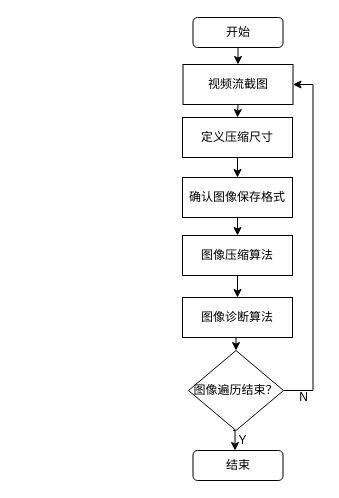
Above: opencv.drawio in suzhaobin/tyc (draw.io), before the change. Source tidied: cells renumbered, new cells numbered last; positions are measured from the earlier drawing's top-left corner, leaving out a move shared by most shapes. Both pictures are drawn from the tidied source at 100%, with x=0, y=0 at pixel (182, 17).
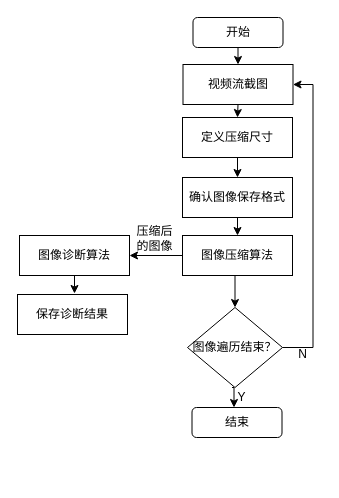
The same page after the edit.

Unchanged cells that the change refers to:
```xml
<mxCell id="17" value="图像压缩算法" style="rounded=0;whiteSpace=wrap;html=1;" parent="1" vertex="1">
  <mxGeometry y="218" width="110" height="40" as="geometry" />
</mxCell>
```

What changed in the source:
```diff
@@
     <mxCell id="4" style="edgeStyle=orthogonalEdgeStyle;rounded=0;orthogonalLoop=1;jettySize=auto;html=1;exitX=0.5;exitY=1;exitDx=0;exitDy=0;entryX=0.5;entryY=0;entryDx=0;entryDy=0;" parent="1" edge="1">
       <mxGeometry relative="1" as="geometry">
-        <mxPoint x="50.5" y="413" as="sourcePoint" />
-        <mxPoint x="52.5" y="433" as="targetPoint" />
+        <mxPoint x="49.5" y="370" as="sourcePoint" />
+        <mxPoint x="51.5" y="390" as="targetPoint" />
       </mxGeometry>
     </mxCell>
@@
     <mxCell id="6" value="图像遍历结束？" style="rhombus;whiteSpace=wrap;html=1;" parent="1" vertex="1">
-      <mxGeometry x="6" y="333" width="95" height="80" as="geometry" />
+      <mxGeometry x="5" y="290" width="95" height="80" as="geometry" />
     </mxCell>
@@
     <mxCell id="13" value="结束" style="rounded=1;whiteSpace=wrap;html=1;" parent="1" vertex="1">
-      <mxGeometry x="10.5" y="433" width="90" height="30" as="geometry" />
+      <mxGeometry x="9.5" y="390" width="90" height="30" as="geometry" />
     </mxCell>
     <mxCell id="14" value="N" style="text;html=1;align=center;verticalAlign=middle;fillColor=none;strokeColor=none;rounded=0;" parent="1" vertex="1">
-      <mxGeometry x="110.5" y="370" width="20" height="20" as="geometry" />
+      <mxGeometry x="109.5" y="327" width="20" height="20" as="geometry" />
     </mxCell>
     <mxCell id="15" value="Y" style="text;html=1;align=center;verticalAlign=middle;fillColor=none;strokeColor=none;rounded=0;" parent="1" vertex="1">
-      <mxGeometry x="50" y="413" width="20" height="20" as="geometry" />
+      <mxGeometry x="49" y="370" width="20" height="20" as="geometry" />
     </mxCell>
+    <mxCell id="20" style="edgeStyle=orthogonalEdgeStyle;rounded=0;jettySize=auto;html=1;exitX=0.5;exitY=1;exitDx=0;exitDy=0;entryX=0.5;entryY=0;entryDx=0;entryDy=0;" parent="1" edge="1" source="17" target="6">
+      <mxGeometry relative="1" as="geometry" />
+    </mxCell>
-    <mxCell id="16" style="edgeStyle=orthogonalEdgeStyle;rounded=0;jettySize=auto;html=1;exitX=0.5;exitY=1;exitDx=0;exitDy=0;entryX=0.5;entryY=0;entryDx=0;entryDy=0;" parent="1" edge="1" source="17" target="19">
+    <mxCell id="16" style="edgeStyle=orthogonalEdgeStyle;rounded=0;jettySize=auto;html=1;exitX=0;exitY=0.5;exitDx=0;exitDy=0;entryX=1;entryY=0.5;entryDx=0;entryDy=0;" parent="1" edge="1" source="17" target="19">
       <mxGeometry relative="1" as="geometry" />
     </mxCell>
@@
-    <mxCell id="18" style="edgeStyle=orthogonalEdgeStyle;rounded=0;jettySize=auto;html=1;exitX=0.5;exitY=1;exitDx=0;exitDy=0;entryX=0.5;entryY=0;entryDx=0;entryDy=0;" parent="1" edge="1" source="19" target="6">
-      <mxGeometry relative="1" as="geometry" />
-    </mxCell>
+    <mxCell id="21" style="edgeStyle=orthogonalEdgeStyle;rounded=0;jettySize=auto;html=1;exitX=0.5;exitY=1;exitDx=0;exitDy=0;" parent="1" edge="1" source="19">
+      <mxGeometry relative="1" as="geometry">
+        <mxPoint x="-108" y="276" as="targetPoint" />
+      </mxGeometry>
+    </mxCell>
     <mxCell id="19" value="图像诊断算法" style="rounded=0;whiteSpace=wrap;html=1;" parent="1" vertex="1">
-      <mxGeometry y="280" width="110" height="40" as="geometry" />
+      <mxGeometry x="-163" y="218" width="110" height="40" as="geometry" />
     </mxCell>
+    <mxCell id="22" value="保存诊断结果" style="rounded=0;whiteSpace=wrap;html=1;" parent="1" vertex="1">
+      <mxGeometry x="-165" y="277" width="110" height="40" as="geometry" />
+    </mxCell>
+    <mxCell id="23" value="压缩后&lt;br&gt;的图像" style="text;html=1;align=center;verticalAlign=middle;fillColor=none;strokeColor=none;rounded=0;" parent="1" vertex="1">
+      <mxGeometry x="-51" y="205" width="46" height="32" as="geometry" />
+    </mxCell>
```
